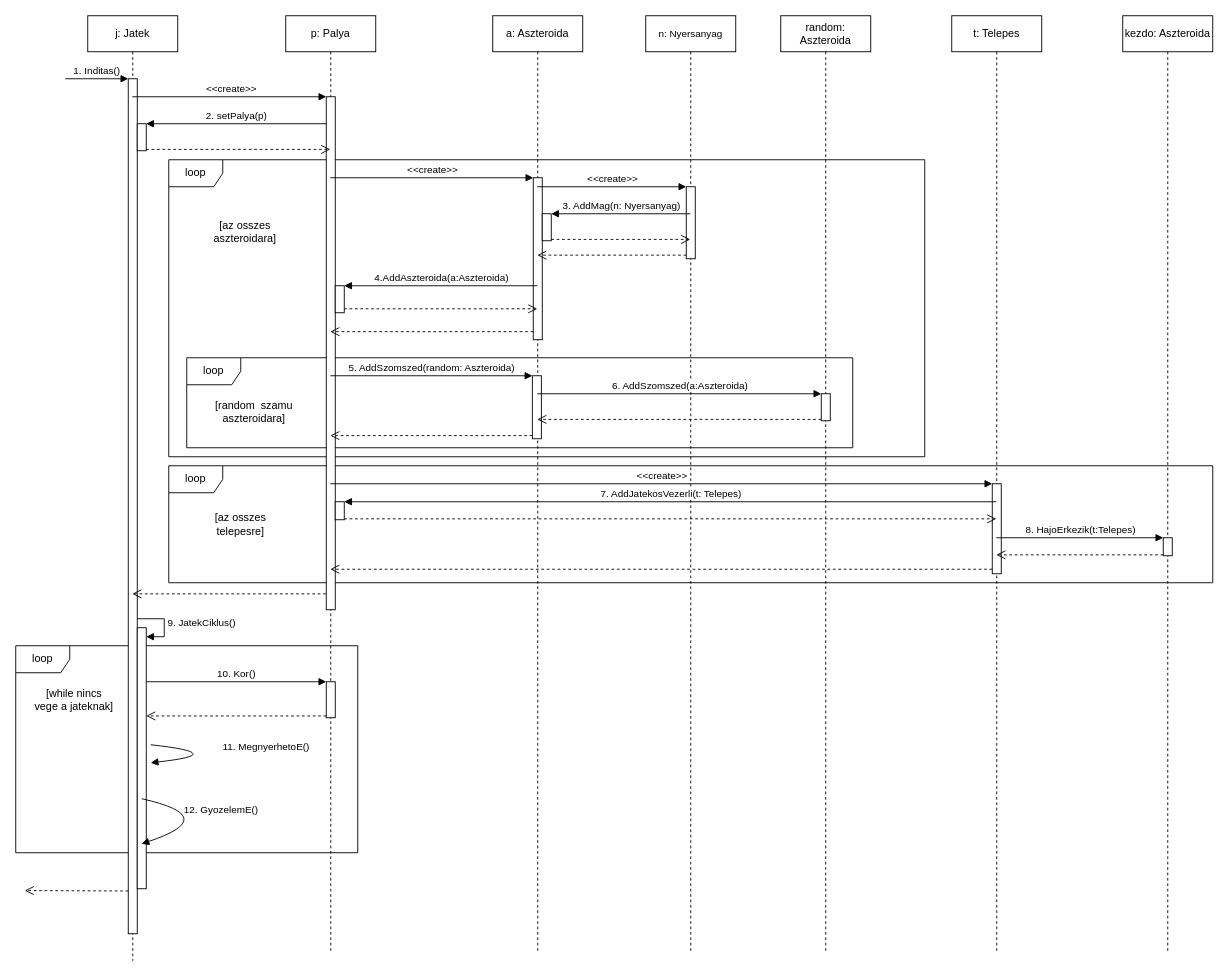
Before: page "Page-2" (3 of 3) of doc/uml/jatek_ciklus.drawio in torpeBoiGo/aszteroidabanyaszat, a draw.io diagram. Source tidied: cells renumbered, new cells numbered last; positions are measured from the earlier drawing's top-left corner, leaving out a move shared by most shapes. Both pictures are drawn from the tidied source at 90%, with x=0, y=0 at pixel (15, 15).
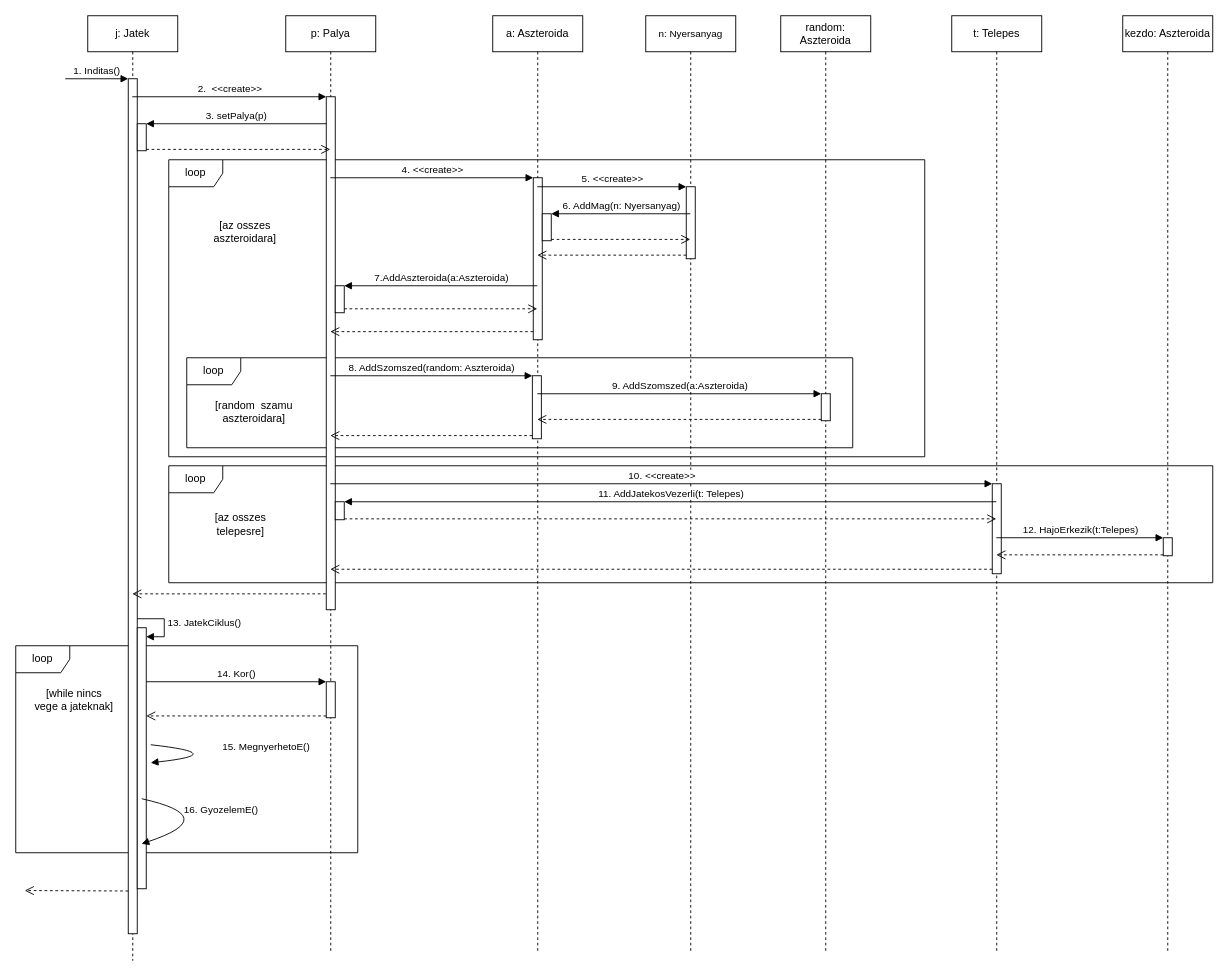
The same diagram, later.

Commit message:
Update jatek_ciklus.drawio: szamozas javitasa

Unchanged cells that the change refers to:
```xml
<mxCell id="3" value="loop" style="shape=umlFrame;whiteSpace=wrap;html=1;" parent="1" vertex="1">
  <mxGeometry y="700" width="380" height="230" as="geometry" />
</mxCell>
<mxCell id="4" value="j: Jatek" style="shape=umlLifeline;perimeter=lifelinePerimeter;whiteSpace=wrap;html=1;outlineConnect=0;" parent="1" vertex="1">
  <mxGeometry x="80" width="100" height="1050" as="geometry" />
</mxCell>
<mxCell id="10" style="html=1;points=[];perimeter=orthogonalPerimeter;" parent="4" vertex="1">
  <mxGeometry x="55" y="120" width="10" height="30" as="geometry" />
</mxCell>
<mxCell id="15" value="p: Palya" style="shape=umlLifeline;perimeter=lifelinePerimeter;whiteSpace=wrap;html=1;outlineConnect=0;" parent="1" vertex="1">
  <mxGeometry x="300" width="100" height="1040" as="geometry" />
</mxCell>
<mxCell id="16" style="html=1;points=[];perimeter=orthogonalPerimeter;" parent="15" vertex="1">
  <mxGeometry x="45" y="740" width="10" height="40" as="geometry" />
</mxCell>
<mxCell id="17" style="html=1;points=[];perimeter=orthogonalPerimeter;" parent="15" vertex="1">
  <mxGeometry x="45" y="90" width="10" height="570" as="geometry" />
</mxCell>
<mxCell id="18" style="html=1;points=[];perimeter=orthogonalPerimeter;" parent="15" vertex="1">
  <mxGeometry x="55" y="300" width="10" height="30" as="geometry" />
</mxCell>
<mxCell id="19" style="html=1;points=[];perimeter=orthogonalPerimeter;" parent="15" vertex="1">
  <mxGeometry x="55" y="540" width="10" height="20" as="geometry" />
</mxCell>
<mxCell id="29" value="a: Aszteroida" style="shape=umlLifeline;perimeter=lifelinePerimeter;whiteSpace=wrap;html=1;outlineConnect=0;" parent="1" vertex="1">
  <mxGeometry x="530" width="100" height="1040" as="geometry" />
</mxCell>
<mxCell id="30" style="html=1;points=[];perimeter=orthogonalPerimeter;" parent="29" vertex="1">
  <mxGeometry x="45" y="180" width="10" height="180" as="geometry" />
</mxCell>
<mxCell id="31" style="html=1;points=[];perimeter=orthogonalPerimeter;" parent="29" vertex="1">
  <mxGeometry x="55" y="220" width="10" height="30" as="geometry" />
</mxCell>
<mxCell id="32" style="html=1;points=[];perimeter=orthogonalPerimeter;" parent="29" vertex="1">
  <mxGeometry x="44" y="400" width="10" height="70" as="geometry" />
</mxCell>
<mxCell id="35" value="&lt;span style=&quot;font-size: 11px ; background-color: rgb(255 , 255 , 255)&quot;&gt;n: Nyersanyag&lt;/span&gt;" style="shape=umlLifeline;perimeter=lifelinePerimeter;whiteSpace=wrap;html=1;outlineConnect=0;" parent="1" vertex="1">
  <mxGeometry x="700" width="100" height="1040" as="geometry" />
</mxCell>
<mxCell id="36" style="html=1;points=[];perimeter=orthogonalPerimeter;" parent="35" vertex="1">
  <mxGeometry x="45" y="190" width="10" height="80" as="geometry" />
</mxCell>
<mxCell id="46" style="html=1;points=[];perimeter=orthogonalPerimeter;" parent="45" vertex="1">
  <mxGeometry x="45" y="420" width="10" height="30" as="geometry" />
</mxCell>
<mxCell id="49" value="t: Telepes" style="shape=umlLifeline;perimeter=lifelinePerimeter;whiteSpace=wrap;html=1;outlineConnect=0;" parent="1" vertex="1">
  <mxGeometry x="1040" width="100" height="1040" as="geometry" />
</mxCell>
<mxCell id="50" style="html=1;points=[];perimeter=orthogonalPerimeter;" parent="49" vertex="1">
  <mxGeometry x="45" y="520" width="10" height="100" as="geometry" />
</mxCell>
<mxCell id="56" style="html=1;points=[];perimeter=orthogonalPerimeter;" parent="55" vertex="1">
  <mxGeometry x="45" y="580" width="10" height="20" as="geometry" />
</mxCell>
```

Diff of the diagram source:
```diff
@@
-    <mxCell id="9" value="9. JatekCiklus()" style="edgeStyle=orthogonalEdgeStyle;html=1;align=left;spacingLeft=2;endArrow=block;rounded=0;entryX=1;entryY=0;" parent="4" edge="1">
+    <mxCell id="9" value="13. JatekCiklus()" style="edgeStyle=orthogonalEdgeStyle;html=1;align=left;spacingLeft=2;endArrow=block;rounded=0;entryX=1;entryY=0;" parent="4" edge="1">
       <mxGeometry relative="1" as="geometry">
         <mxPoint x="55" y="670" as="sourcePoint" />
         <mxPoint x="65" y="690" as="targetPoint" />
         <Array as="points">
           <mxPoint x="85" y="670" />
           <mxPoint x="85" y="690" />
         </Array>
       </mxGeometry>
     </mxCell>
@@
-    <mxCell id="20" value="10. Kor()" style="html=1;verticalAlign=bottom;endArrow=block;entryX=0;entryY=0;" parent="1" edge="1" target="16">
+    <mxCell id="20" value="14. Kor()" style="html=1;verticalAlign=bottom;endArrow=block;entryX=0;entryY=0;" parent="1" edge="1" target="16">
       <mxGeometry relative="1" as="geometry">
         <mxPoint x="145" y="740" as="sourcePoint" />
       </mxGeometry>
     </mxCell>
@@
-    <mxCell id="23" value="11. MegnyerhetoE()" style="html=1;verticalAlign=bottom;endArrow=block;curved=1;" parent="1" edge="1">
+    <mxCell id="23" value="15. MegnyerhetoE()" style="html=1;verticalAlign=bottom;endArrow=block;curved=1;" parent="1" edge="1">
       <mxGeometry y="40" relative="1" as="geometry">
         <mxPoint x="150" y="810" as="sourcePoint" />
         <mxPoint x="150" y="830" as="targetPoint" />
         <Array as="points">
           <mxPoint x="240" y="820" />
         </Array>
         <mxPoint x="34" y="-39" as="offset" />
       </mxGeometry>
     </mxCell>
-    <mxCell id="24" value="12. GyozelemE()" style="html=1;verticalAlign=bottom;endArrow=block;entryX=0.368;entryY=0.957;entryDx=0;entryDy=0;entryPerimeter=0;curved=1;" parent="1" edge="1" target="3">
+    <mxCell id="24" value="16. GyozelemE()" style="html=1;verticalAlign=bottom;endArrow=block;entryX=0.368;entryY=0.957;entryDx=0;entryDy=0;entryPerimeter=0;curved=1;" parent="1" edge="1" target="3">
       <mxGeometry relative="1" as="geometry">
         <mxPoint x="140" y="870" as="sourcePoint" />
         <Array as="points">
           <mxPoint x="230" y="890" />
         </Array>
       </mxGeometry>
     </mxCell>
-    <mxCell id="25" value="&amp;nbsp;&amp;lt;&amp;lt;create&amp;gt;&amp;gt;" style="html=1;verticalAlign=bottom;endArrow=block;entryX=0;entryY=0;" parent="1" edge="1" source="4" target="17">
+    <mxCell id="25" value="2.&amp;nbsp; &amp;lt;&amp;lt;create&amp;gt;&amp;gt;" style="html=1;verticalAlign=bottom;endArrow=block;entryX=0;entryY=0;" parent="1" edge="1" source="4" target="17">
       <mxGeometry relative="1" as="geometry" />
     </mxCell>
@@
-    <mxCell id="27" value="2. setPalya(p)" style="html=1;verticalAlign=bottom;endArrow=block;entryX=1;entryY=0;" parent="1" edge="1" source="17" target="10">
+    <mxCell id="27" value="3. setPalya(p)" style="html=1;verticalAlign=bottom;endArrow=block;entryX=1;entryY=0;" parent="1" edge="1" source="17" target="10">
       <mxGeometry relative="1" as="geometry" />
     </mxCell>
@@
-    <mxCell id="33" value="&amp;lt;&amp;lt;create&amp;gt;&amp;gt;" style="html=1;verticalAlign=bottom;endArrow=block;entryX=0;entryY=0;" parent="1" edge="1" source="15" target="30">
+    <mxCell id="33" value="4. &amp;lt;&amp;lt;create&amp;gt;&amp;gt;" style="html=1;verticalAlign=bottom;endArrow=block;entryX=0;entryY=0;" parent="1" edge="1" source="15" target="30">
       <mxGeometry relative="1" as="geometry" />
     </mxCell>
@@
-    <mxCell id="37" value="&amp;lt;&amp;lt;create&amp;gt;&amp;gt;" style="html=1;verticalAlign=bottom;endArrow=block;entryX=0;entryY=0;" parent="1" edge="1" source="29" target="36">
+    <mxCell id="37" value="5. &amp;lt;&amp;lt;create&amp;gt;&amp;gt;" style="html=1;verticalAlign=bottom;endArrow=block;entryX=0;entryY=0;" parent="1" edge="1" source="29" target="36">
       <mxGeometry relative="1" as="geometry" />
     </mxCell>
@@
-    <mxCell id="40" value="3. AddMag(n: Nyersanyag)" style="html=1;verticalAlign=bottom;endArrow=block;entryX=1;entryY=0;" parent="1" edge="1" source="35" target="31">
+    <mxCell id="40" value="6. AddMag(n: Nyersanyag)" style="html=1;verticalAlign=bottom;endArrow=block;entryX=1;entryY=0;" parent="1" edge="1" source="35" target="31">
       <mxGeometry relative="1" as="geometry" />
     </mxCell>
-    <mxCell id="41" value="4.AddAszteroida(a:Aszteroida)" style="html=1;verticalAlign=bottom;endArrow=block;entryX=1;entryY=0;" parent="1" edge="1" source="29" target="18">
+    <mxCell id="41" value="7.AddAszteroida(a:Aszteroida)" style="html=1;verticalAlign=bottom;endArrow=block;entryX=1;entryY=0;" parent="1" edge="1" source="29" target="18">
       <mxGeometry relative="1" as="geometry" />
     </mxCell>
-    <mxCell id="42" value="5. AddSzomszed(random: Aszteroida)" style="html=1;verticalAlign=bottom;endArrow=block;entryX=0;entryY=0;" parent="1" edge="1" source="15" target="32">
+    <mxCell id="42" value="8. AddSzomszed(random: Aszteroida)" style="html=1;verticalAlign=bottom;endArrow=block;entryX=0;entryY=0;" parent="1" edge="1" source="15" target="32">
       <mxGeometry relative="1" as="geometry" />
     </mxCell>
@@
-    <mxCell id="47" value="6. AddSzomszed(a:Aszteroida)" style="html=1;verticalAlign=bottom;endArrow=block;entryX=0;entryY=0;" parent="1" edge="1" source="29" target="46">
+    <mxCell id="47" value="9. AddSzomszed(a:Aszteroida)" style="html=1;verticalAlign=bottom;endArrow=block;entryX=0;entryY=0;" parent="1" edge="1" source="29" target="46">
       <mxGeometry relative="1" as="geometry" />
     </mxCell>
@@
-    <mxCell id="51" value="&amp;lt;&amp;lt;create&amp;gt;&amp;gt;" style="html=1;verticalAlign=bottom;endArrow=block;entryX=0;entryY=0;" parent="1" edge="1" source="15" target="50">
+    <mxCell id="51" value="10. &amp;lt;&amp;lt;create&amp;gt;&amp;gt;" style="html=1;verticalAlign=bottom;endArrow=block;entryX=0;entryY=0;" parent="1" edge="1" source="15" target="50">
       <mxGeometry relative="1" as="geometry" />
     </mxCell>
@@
-    <mxCell id="53" value="7. AddJatekosVezerli(t: Telepes)" style="html=1;verticalAlign=bottom;endArrow=block;entryX=1;entryY=0;" parent="1" edge="1" source="49" target="19">
+    <mxCell id="53" value="11. AddJatekosVezerli(t: Telepes)" style="html=1;verticalAlign=bottom;endArrow=block;entryX=1;entryY=0;" parent="1" edge="1" source="49" target="19">
       <mxGeometry relative="1" as="geometry" />
     </mxCell>
@@
-    <mxCell id="57" value="8. HajoErkezik(t:Telepes)" style="html=1;verticalAlign=bottom;endArrow=block;entryX=0;entryY=0;" parent="1" edge="1" source="49" target="56">
+    <mxCell id="57" value="12. HajoErkezik(t:Telepes)" style="html=1;verticalAlign=bottom;endArrow=block;entryX=0;entryY=0;" parent="1" edge="1" source="49" target="56">
       <mxGeometry relative="1" as="geometry" />
     </mxCell>
```
